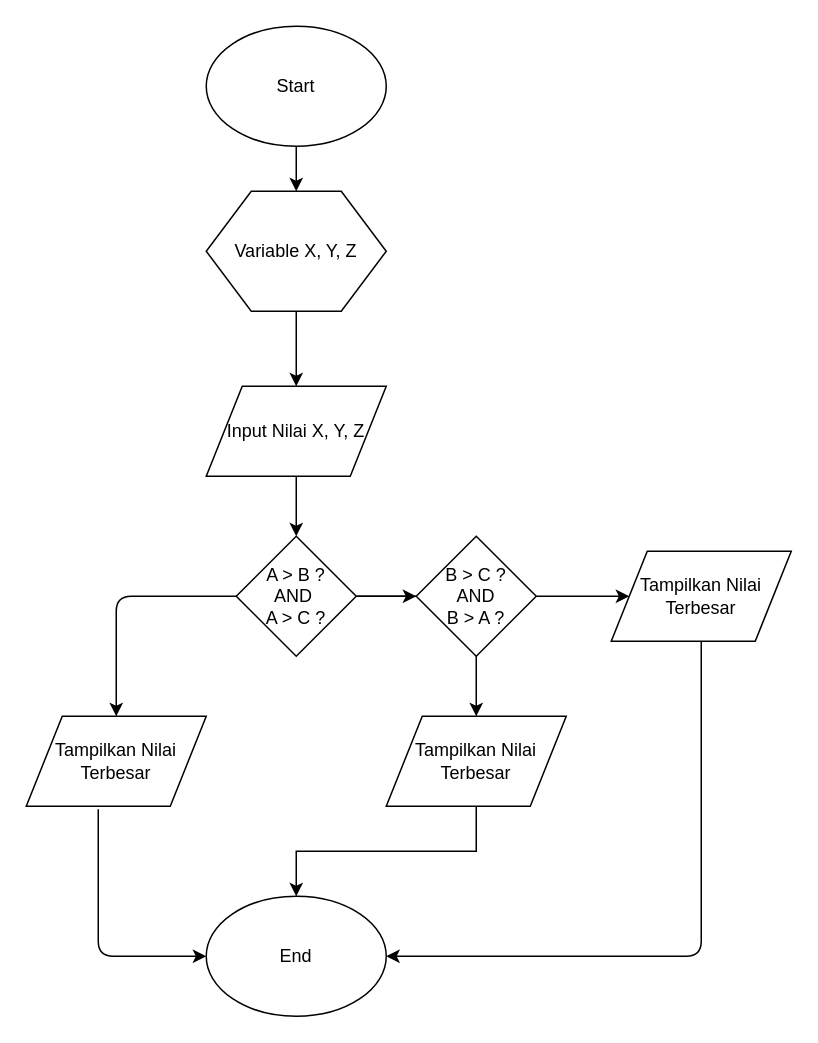
Above: QuizPakBro No3.drawio in suryaindra23/belajar (draw.io), before the change. Source tidied: cells renumbered, new cells numbered last; positions are measured from the earlier drawing's top-left corner, leaving out a move shared by most shapes. Both pictures are drawn from the tidied source at 150%, with x=0, y=0 at pixel (26, 26).
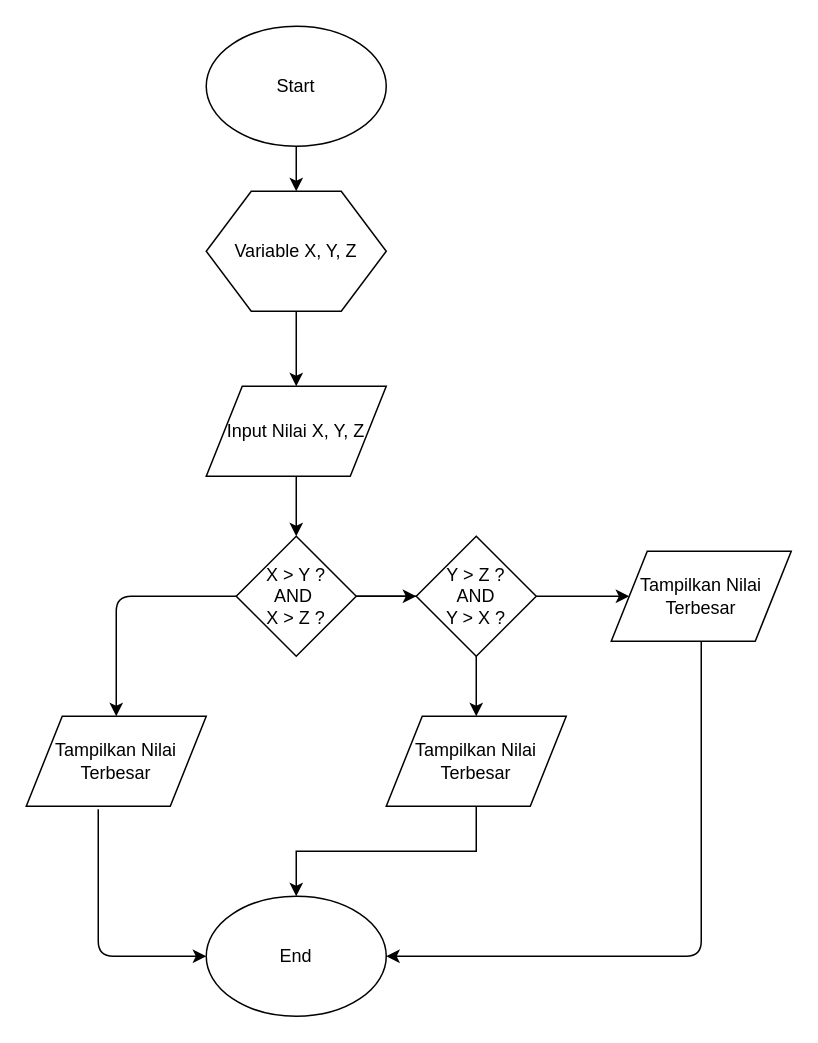
After the change.

What changed in the source:
```diff
@@
-    <mxCell id="10" value="A &amp;gt; B ?&lt;br&gt;AND&amp;nbsp;&lt;br&gt;A &amp;gt; C ?" style="rhombus;whiteSpace=wrap;html=1;" parent="1" vertex="1">
+    <mxCell id="10" value="X &amp;gt; Y ?&lt;br&gt;AND&amp;nbsp;&lt;br&gt;X &amp;gt; Z ?" style="rhombus;whiteSpace=wrap;html=1;" parent="1" vertex="1">
       <mxGeometry x="140" y="340" width="80" height="80" as="geometry" />
     </mxCell>
@@
-    <mxCell id="12" value="B &amp;gt; C ?&lt;br&gt;AND&lt;br&gt;B &amp;gt; A ?" style="rhombus;whiteSpace=wrap;html=1;" parent="1" vertex="1">
+    <mxCell id="12" value="Y &amp;gt; Z ?&lt;br&gt;AND&lt;br&gt;Y &amp;gt; X ?" style="rhombus;whiteSpace=wrap;html=1;" parent="1" vertex="1">
       <mxGeometry x="260" y="340" width="80" height="80" as="geometry" />
     </mxCell>
```
